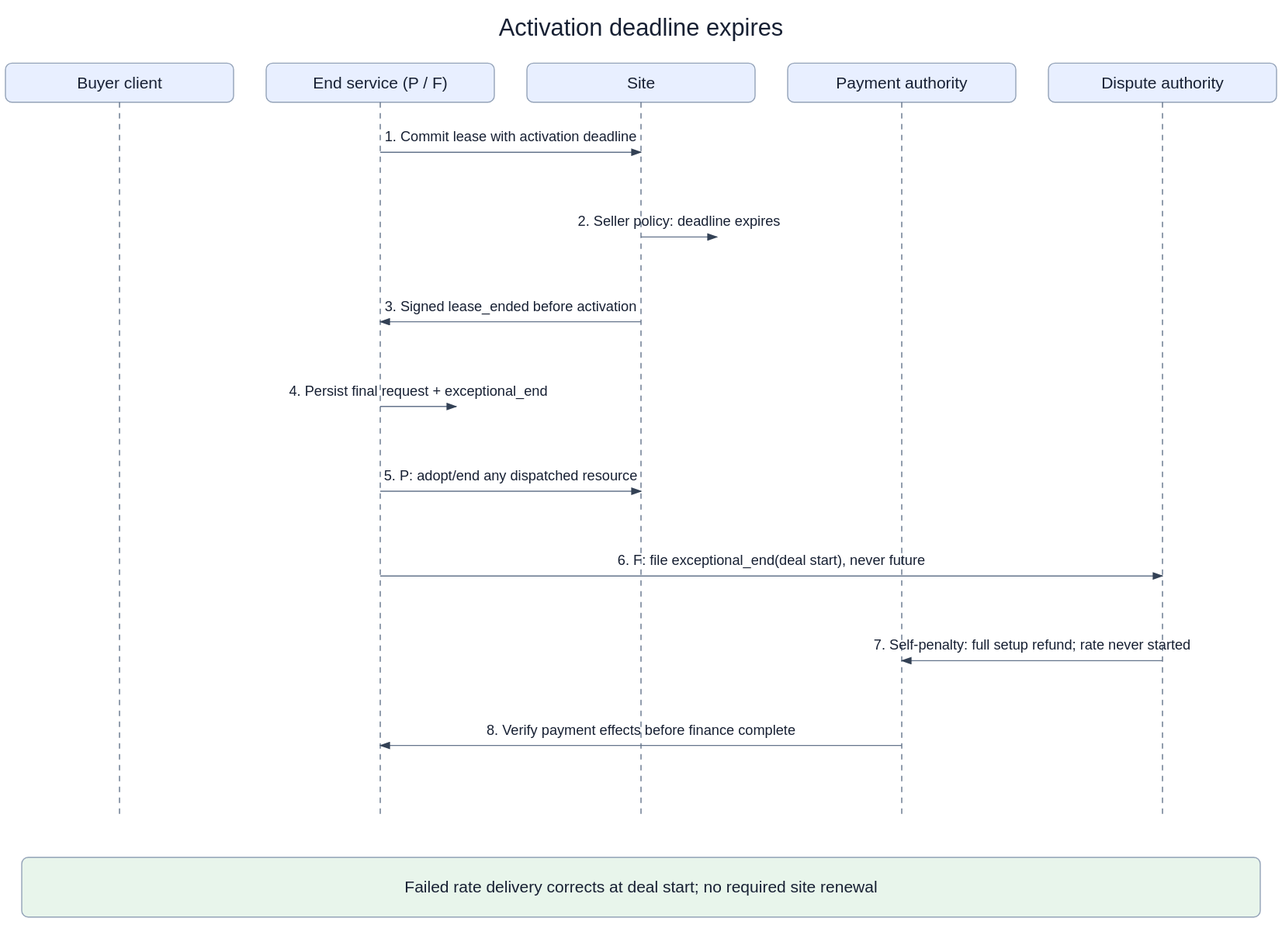
Above: openspec/changes/converge-ongoing-compute-leases/diagrams/05-prepaid-activation-deadline-expires.svg in arkhai-io/simple-compute-market (draw.io), before the change. Source tidied: cells renumbered, new cells last; positions are measured from the earlier drawing's top-left corner, leaving out a move shared by most shapes. Source of this version:
```xml
<mxGraphModel>
  <root>
    <mxCell id="0" />
    <mxCell id="1" parent="0" />
    <mxCell id="2" value="Activation deadline expires" style="text;fontSize=22;align=center;" parent="1" vertex="1">
      <mxGeometry x="15" width="1140" height="36" as="geometry" />
    </mxCell>
    <mxCell id="3" value="Buyer client" style="rounded=1;fillColor=#e8efff;fontSize=15;" parent="1" vertex="1">
      <mxGeometry y="48" width="210" height="36" as="geometry" />
    </mxCell>
    <mxCell id="4" style="dashed=1;endArrow=none;strokeColor=#94a3b8;" parent="1" edge="1">
      <mxGeometry relative="1" as="geometry">
        <mxPoint x="105" y="84" as="sourcePoint" />
        <mxPoint x="105" y="744" as="targetPoint" />
      </mxGeometry>
    </mxCell>
    <mxCell id="5" value="End service (P / F)" style="rounded=1;fillColor=#e8efff;fontSize=15;" parent="1" vertex="1">
      <mxGeometry x="240" y="48" width="210" height="36" as="geometry" />
    </mxCell>
    <mxCell id="6" style="dashed=1;endArrow=none;strokeColor=#94a3b8;" parent="1" edge="1">
      <mxGeometry relative="1" as="geometry">
        <mxPoint x="345" y="84" as="sourcePoint" />
        <mxPoint x="345" y="744" as="targetPoint" />
      </mxGeometry>
    </mxCell>
    <mxCell id="7" value="Site" style="rounded=1;fillColor=#e8efff;fontSize=15;" parent="1" vertex="1">
      <mxGeometry x="480" y="48" width="210" height="36" as="geometry" />
    </mxCell>
    <mxCell id="8" style="dashed=1;endArrow=none;strokeColor=#94a3b8;" parent="1" edge="1">
      <mxGeometry relative="1" as="geometry">
        <mxPoint x="585" y="84" as="sourcePoint" />
        <mxPoint x="585" y="744" as="targetPoint" />
      </mxGeometry>
    </mxCell>
    <mxCell id="9" value="Payment authority" style="rounded=1;fillColor=#e8efff;fontSize=15;" parent="1" vertex="1">
      <mxGeometry x="720" y="48" width="210" height="36" as="geometry" />
    </mxCell>
    <mxCell id="10" style="dashed=1;endArrow=none;strokeColor=#94a3b8;" parent="1" edge="1">
      <mxGeometry relative="1" as="geometry">
        <mxPoint x="825" y="84" as="sourcePoint" />
        <mxPoint x="825" y="744" as="targetPoint" />
      </mxGeometry>
    </mxCell>
    <mxCell id="11" value="Dispute authority" style="rounded=1;fillColor=#e8efff;fontSize=15;" parent="1" vertex="1">
      <mxGeometry x="960" y="48" width="210" height="36" as="geometry" />
    </mxCell>
    <mxCell id="12" style="dashed=1;endArrow=none;strokeColor=#94a3b8;" parent="1" edge="1">
      <mxGeometry relative="1" as="geometry">
        <mxPoint x="1065" y="84" as="sourcePoint" />
        <mxPoint x="1065" y="744" as="targetPoint" />
      </mxGeometry>
    </mxCell>
    <mxCell id="13" value="1. Commit lease with activation deadline" style="endArrow=block;fontSize=13;labelBackgroundColor=#ffffff;" parent="1" edge="1">
      <mxGeometry relative="1" as="geometry">
        <mxPoint x="345" y="130" as="sourcePoint" />
        <mxPoint x="585" y="130" as="targetPoint" />
      </mxGeometry>
    </mxCell>
    <mxCell id="14" value="2. Seller policy: deadline expires" style="endArrow=block;fontSize=13;labelBackgroundColor=#ffffff;" parent="1" edge="1">
      <mxGeometry relative="1" as="geometry">
        <mxPoint x="585" y="208" as="sourcePoint" />
        <mxPoint x="655" y="208" as="targetPoint" />
      </mxGeometry>
    </mxCell>
    <mxCell id="15" value="3. Signed lease_ended before activation" style="endArrow=block;fontSize=13;labelBackgroundColor=#ffffff;" parent="1" edge="1">
      <mxGeometry relative="1" as="geometry">
        <mxPoint x="585" y="286" as="sourcePoint" />
        <mxPoint x="345" y="286" as="targetPoint" />
      </mxGeometry>
    </mxCell>
    <mxCell id="16" value="4. Persist final request + exceptional_end" style="endArrow=block;fontSize=13;labelBackgroundColor=#ffffff;" parent="1" edge="1">
      <mxGeometry relative="1" as="geometry">
        <mxPoint x="345" y="364" as="sourcePoint" />
        <mxPoint x="415" y="364" as="targetPoint" />
      </mxGeometry>
    </mxCell>
    <mxCell id="17" value="5. P: adopt/end any dispatched resource" style="endArrow=block;fontSize=13;labelBackgroundColor=#ffffff;" parent="1" edge="1">
      <mxGeometry relative="1" as="geometry">
        <mxPoint x="345" y="442" as="sourcePoint" />
        <mxPoint x="585" y="442" as="targetPoint" />
      </mxGeometry>
    </mxCell>
    <mxCell id="18" value="6. F: file exceptional_end(deal start), never future" style="endArrow=block;fontSize=13;labelBackgroundColor=#ffffff;" parent="1" edge="1">
      <mxGeometry relative="1" as="geometry">
        <mxPoint x="345" y="520" as="sourcePoint" />
        <mxPoint x="1065" y="520" as="targetPoint" />
      </mxGeometry>
    </mxCell>
    <mxCell id="19" value="7. Self-penalty: full setup refund; rate never started" style="endArrow=block;fontSize=13;labelBackgroundColor=#ffffff;" parent="1" edge="1">
      <mxGeometry relative="1" as="geometry">
        <mxPoint x="1065" y="598" as="sourcePoint" />
        <mxPoint x="825" y="598" as="targetPoint" />
      </mxGeometry>
    </mxCell>
    <mxCell id="20" value="8. Verify payment effects before finance complete" style="endArrow=block;fontSize=13;labelBackgroundColor=#ffffff;" parent="1" edge="1">
      <mxGeometry relative="1" as="geometry">
        <mxPoint x="825" y="676" as="sourcePoint" />
        <mxPoint x="345" y="676" as="targetPoint" />
      </mxGeometry>
    </mxCell>
    <mxCell id="21" value="Failed rate delivery corrects at deal start; no required site renewal" style="rounded=1;fillColor=#e8f5eb;fontSize=15;" parent="1" vertex="1">
      <mxGeometry x="15" y="779" width="1140" height="55" as="geometry" />
    </mxCell>
  </root>
</mxGraphModel>
```
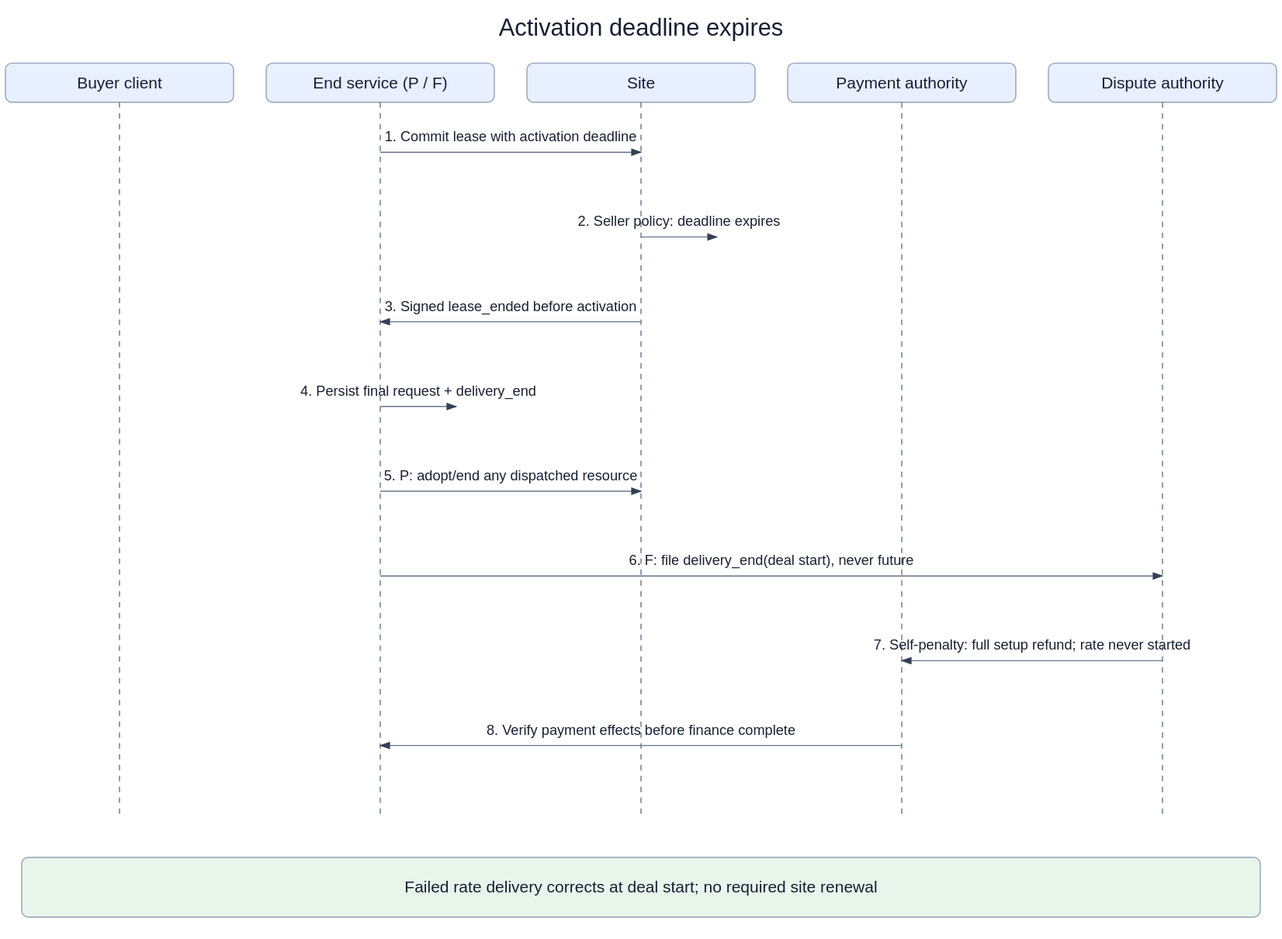
The same diagram one commit later.

The edit, as a diff of the source:
```diff
@@ -68,7 +68,7 @@
         <mxPoint x="345" y="286" as="targetPoint" />
       </mxGeometry>
     </mxCell>
-    <mxCell id="16" value="4. Persist final request + exceptional_end" style="endArrow=block;fontSize=13;labelBackgroundColor=#ffffff;" parent="1" edge="1">
+    <mxCell id="16" value="4. Persist final request + delivery_end" style="endArrow=block;fontSize=13;labelBackgroundColor=#ffffff;" parent="1" edge="1">
       <mxGeometry relative="1" as="geometry">
         <mxPoint x="345" y="364" as="sourcePoint" />
         <mxPoint x="415" y="364" as="targetPoint" />
@@ -80,7 +80,7 @@
         <mxPoint x="585" y="442" as="targetPoint" />
       </mxGeometry>
     </mxCell>
-    <mxCell id="18" value="6. F: file exceptional_end(deal start), never future" style="endArrow=block;fontSize=13;labelBackgroundColor=#ffffff;" parent="1" edge="1">
+    <mxCell id="18" value="6. F: file delivery_end(deal start), never future" style="endArrow=block;fontSize=13;labelBackgroundColor=#ffffff;" parent="1" edge="1">
       <mxGeometry relative="1" as="geometry">
         <mxPoint x="345" y="520" as="sourcePoint" />
         <mxPoint x="1065" y="520" as="targetPoint" />
```
